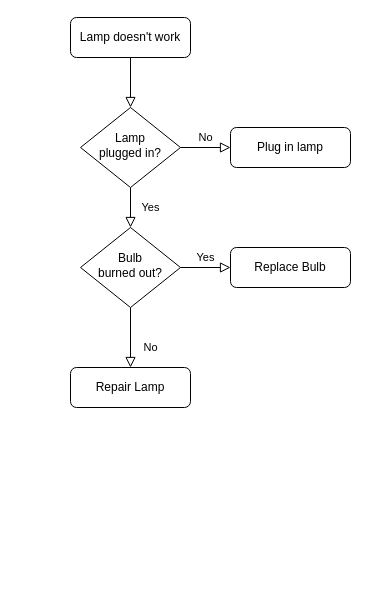
Before: Untitled Diagram.drawio in DevEatSleepRepeat/draw.io, a draw.io diagram. Source tidied: cells renumbered, new cells numbered last; positions are measured from the earlier drawing's top-left corner, leaving out a move shared by most shapes. Both pictures are drawn from the tidied source at 100%, with x=0, y=0 at pixel (70, 17).
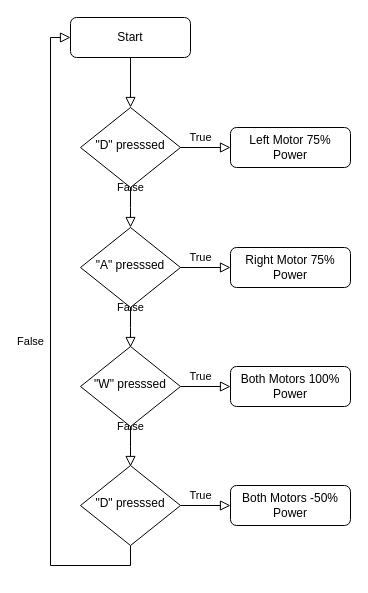
The same diagram, later.

The edit, as a diff of the source:
```diff
@@
-    <mxCell id="3" value="Lamp doesn't work" style="rounded=1;whiteSpace=wrap;html=1;fontSize=12;glass=0;strokeWidth=1;shadow=0;" parent="1" vertex="1">
+    <mxCell id="3" value="Start" style="rounded=1;whiteSpace=wrap;html=1;fontSize=12;glass=0;strokeWidth=1;shadow=0;" parent="1" vertex="1">
       <mxGeometry width="120" height="40" as="geometry" />
     </mxCell>
-    <mxCell id="4" value="Yes" style="rounded=0;html=1;jettySize=auto;fontSize=11;endArrow=block;endFill=0;endSize=8;strokeWidth=1;shadow=0;labelBackgroundColor=none;edgeStyle=orthogonalEdgeStyle;" parent="1" edge="1" source="6" target="10">
-      <mxGeometry y="20" relative="1" as="geometry" />
+    <mxCell id="4" value="False" style="rounded=0;html=1;jettySize=auto;fontSize=11;endArrow=block;endFill=0;endSize=8;strokeWidth=1;shadow=0;labelBackgroundColor=none;edgeStyle=orthogonalEdgeStyle;" parent="1" edge="1" source="6">
+      <mxGeometry y="20" relative="1" as="geometry">
+        <mxPoint x="60" y="210" as="targetPoint" />
+      </mxGeometry>
     </mxCell>
-    <mxCell id="5" value="No" style="edgeStyle=orthogonalEdgeStyle;rounded=0;html=1;jettySize=auto;fontSize=11;endArrow=block;endFill=0;endSize=8;strokeWidth=1;shadow=0;labelBackgroundColor=none;" parent="1" edge="1" source="6" target="7">
-      <mxGeometry y="10" relative="1" as="geometry" />
-    </mxCell>
-    <mxCell id="6" value="Lamp&lt;br&gt;plugged in?" style="rhombus;whiteSpace=wrap;html=1;shadow=0;fontFamily=Helvetica;fontSize=12;align=center;strokeWidth=1;spacing=6;spacingTop=-4;" parent="1" vertex="1">
+    <mxCell id="6" value="&quot;D&quot; presssed" style="rhombus;whiteSpace=wrap;html=1;shadow=0;fontFamily=Helvetica;fontSize=12;align=center;strokeWidth=1;spacing=6;spacingTop=-4;" parent="1" vertex="1">
       <mxGeometry x="10" y="90" width="100" height="80" as="geometry" />
     </mxCell>
-    <mxCell id="7" value="Plug in lamp" style="rounded=1;whiteSpace=wrap;html=1;fontSize=12;glass=0;strokeWidth=1;shadow=0;" parent="1" vertex="1">
+    <mxCell id="7" value="Left Motor 75% Power" style="rounded=1;whiteSpace=wrap;html=1;fontSize=12;glass=0;strokeWidth=1;shadow=0;" parent="1" vertex="1">
       <mxGeometry x="160" y="110" width="120" height="40" as="geometry" />
     </mxCell>
-    <mxCell id="8" value="No" style="rounded=0;html=1;jettySize=auto;fontSize=11;endArrow=block;endFill=0;endSize=8;strokeWidth=1;shadow=0;labelBackgroundColor=none;edgeStyle=orthogonalEdgeStyle;" parent="1" edge="1" source="10" target="11">
-      <mxGeometry x="0.33" y="20" relative="1" as="geometry" />
-    </mxCell>
-    <mxCell id="9" value="Yes" style="edgeStyle=orthogonalEdgeStyle;rounded=0;html=1;jettySize=auto;fontSize=11;endArrow=block;endFill=0;endSize=8;strokeWidth=1;shadow=0;labelBackgroundColor=none;" parent="1" edge="1" source="10" target="12">
-      <mxGeometry y="10" relative="1" as="geometry" />
-    </mxCell>
-    <mxCell id="10" value="Bulb&lt;br&gt;burned out?" style="rhombus;whiteSpace=wrap;html=1;shadow=0;fontFamily=Helvetica;fontSize=12;align=center;strokeWidth=1;spacing=6;spacingTop=-4;" parent="1" vertex="1">
-      <mxGeometry x="10" y="210" width="100" height="80" as="geometry" />
-    </mxCell>
-    <mxCell id="11" value="Repair Lamp" style="rounded=1;whiteSpace=wrap;html=1;fontSize=12;glass=0;strokeWidth=1;shadow=0;" parent="1" vertex="1">
-      <mxGeometry y="350" width="120" height="40" as="geometry" />
-    </mxCell>
-    <mxCell id="12" value="Replace Bulb" style="rounded=1;whiteSpace=wrap;html=1;fontSize=12;glass=0;strokeWidth=1;shadow=0;" parent="1" vertex="1">
-      <mxGeometry x="160" y="230" width="120" height="40" as="geometry" />
-    </mxCell>
+    <mxCell id="13" value="True" style="rounded=0;html=1;jettySize=auto;orthogonalLoop=1;fontSize=11;endArrow=block;endFill=0;endSize=8;strokeWidth=1;shadow=0;labelBackgroundColor=none;edgeStyle=orthogonalEdgeStyle;entryX=0;entryY=0.5;entryDx=0;entryDy=0;exitX=1;exitY=0.5;exitDx=0;exitDy=0;" parent="1" edge="1">
+      <mxGeometry x="-0.2" y="10" relative="1" as="geometry">
+        <mxPoint x="110" y="130" as="sourcePoint" />
+        <mxPoint x="160" y="130" as="targetPoint" />
+      </mxGeometry>
+    </mxCell>
+    <mxCell id="14" value="False" style="rounded=0;html=1;jettySize=auto;fontSize=11;endArrow=block;endFill=0;endSize=8;strokeWidth=1;shadow=0;labelBackgroundColor=none;edgeStyle=orthogonalEdgeStyle;" parent="1" edge="1" source="15">
+      <mxGeometry y="20" relative="1" as="geometry">
+        <mxPoint x="60" y="330" as="targetPoint" />
+      </mxGeometry>
+    </mxCell>
+    <mxCell id="15" value="&quot;A&quot; presssed" style="rhombus;whiteSpace=wrap;html=1;shadow=0;fontFamily=Helvetica;fontSize=12;align=center;strokeWidth=1;spacing=6;spacingTop=-4;" parent="1" vertex="1">
+      <mxGeometry x="10" y="210" width="100" height="80" as="geometry" />
+    </mxCell>
+    <mxCell id="16" value="Right Motor 75% Power" style="rounded=1;whiteSpace=wrap;html=1;fontSize=12;glass=0;strokeWidth=1;shadow=0;" parent="1" vertex="1">
+      <mxGeometry x="160" y="230" width="120" height="40" as="geometry" />
+    </mxCell>
+    <mxCell id="17" value="True" style="rounded=0;html=1;jettySize=auto;orthogonalLoop=1;fontSize=11;endArrow=block;endFill=0;endSize=8;strokeWidth=1;shadow=0;labelBackgroundColor=none;edgeStyle=orthogonalEdgeStyle;entryX=0;entryY=0.5;entryDx=0;entryDy=0;exitX=1;exitY=0.5;exitDx=0;exitDy=0;" parent="1" edge="1">
+      <mxGeometry x="-0.2" y="10" relative="1" as="geometry">
+        <mxPoint x="110" y="250" as="sourcePoint" />
+        <mxPoint x="160" y="250" as="targetPoint" />
+      </mxGeometry>
+    </mxCell>
+    <mxCell id="18" value="False" style="rounded=0;html=1;jettySize=auto;fontSize=11;endArrow=block;endFill=0;endSize=8;strokeWidth=1;shadow=0;labelBackgroundColor=none;edgeStyle=orthogonalEdgeStyle;" parent="1" edge="1" source="19">
+      <mxGeometry y="20" relative="1" as="geometry">
+        <mxPoint x="60" y="449" as="targetPoint" />
+      </mxGeometry>
+    </mxCell>
+    <mxCell id="19" value="&quot;W&quot; presssed" style="rhombus;whiteSpace=wrap;html=1;shadow=0;fontFamily=Helvetica;fontSize=12;align=center;strokeWidth=1;spacing=6;spacingTop=-4;" parent="1" vertex="1">
+      <mxGeometry x="10" y="329" width="100" height="80" as="geometry" />
+    </mxCell>
+    <mxCell id="20" value="Both Motors 100% Power" style="rounded=1;whiteSpace=wrap;html=1;fontSize=12;glass=0;strokeWidth=1;shadow=0;" parent="1" vertex="1">
+      <mxGeometry x="160" y="349" width="120" height="40" as="geometry" />
+    </mxCell>
+    <mxCell id="21" value="True" style="rounded=0;html=1;jettySize=auto;orthogonalLoop=1;fontSize=11;endArrow=block;endFill=0;endSize=8;strokeWidth=1;shadow=0;labelBackgroundColor=none;edgeStyle=orthogonalEdgeStyle;entryX=0;entryY=0.5;entryDx=0;entryDy=0;exitX=1;exitY=0.5;exitDx=0;exitDy=0;" parent="1" edge="1">
+      <mxGeometry x="-0.2" y="10" relative="1" as="geometry">
+        <mxPoint x="110" y="369" as="sourcePoint" />
+        <mxPoint x="160" y="369" as="targetPoint" />
+      </mxGeometry>
+    </mxCell>
+    <mxCell id="22" value="False" style="rounded=0;html=1;jettySize=auto;fontSize=11;endArrow=block;endFill=0;endSize=8;strokeWidth=1;shadow=0;labelBackgroundColor=none;edgeStyle=orthogonalEdgeStyle;exitX=0.5;exitY=1;exitDx=0;exitDy=0;entryX=0;entryY=0.5;entryDx=0;entryDy=0;" parent="1" edge="1" source="23" target="3">
+      <mxGeometry y="20" relative="1" as="geometry" />
+    </mxCell>
+    <mxCell id="23" value="&quot;D&quot; presssed" style="rhombus;whiteSpace=wrap;html=1;shadow=0;fontFamily=Helvetica;fontSize=12;align=center;strokeWidth=1;spacing=6;spacingTop=-4;" parent="1" vertex="1">
+      <mxGeometry x="10" y="448" width="100" height="80" as="geometry" />
+    </mxCell>
+    <mxCell id="24" value="Both Motors -50%&lt;br&gt;Power" style="rounded=1;whiteSpace=wrap;html=1;fontSize=12;glass=0;strokeWidth=1;shadow=0;" parent="1" vertex="1">
+      <mxGeometry x="160" y="468" width="120" height="40" as="geometry" />
+    </mxCell>
+    <mxCell id="25" value="True" style="rounded=0;html=1;jettySize=auto;orthogonalLoop=1;fontSize=11;endArrow=block;endFill=0;endSize=8;strokeWidth=1;shadow=0;labelBackgroundColor=none;edgeStyle=orthogonalEdgeStyle;entryX=0;entryY=0.5;entryDx=0;entryDy=0;exitX=1;exitY=0.5;exitDx=0;exitDy=0;" parent="1" edge="1">
+      <mxGeometry x="-0.2" y="10" relative="1" as="geometry">
+        <mxPoint x="110" y="488" as="sourcePoint" />
+        <mxPoint x="160" y="488" as="targetPoint" />
+      </mxGeometry>
+    </mxCell>
```
